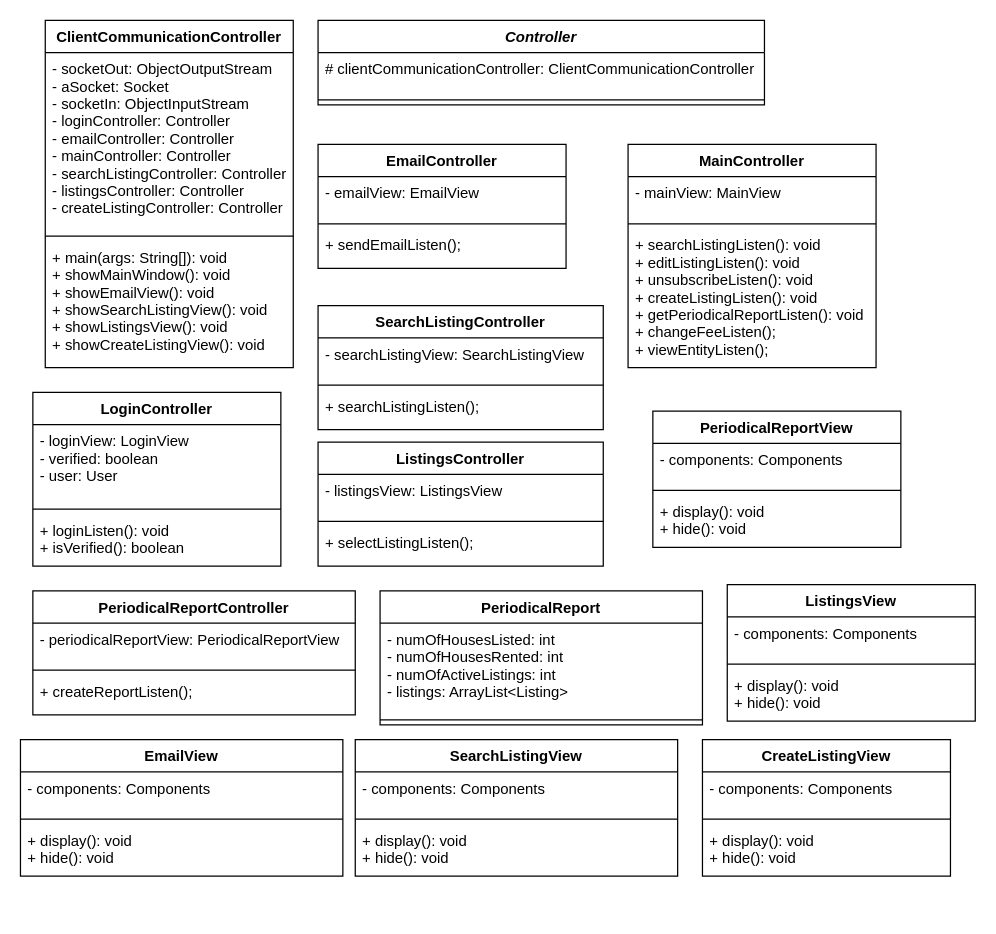
The draw.io diagram page "Client" (2 of 2) of AttributesUMLDiagram.drawio in ryan-holt/ENSF480FinalProject, before the edit. Source tidied: cells renumbered, new cells numbered last; positions are measured from the earlier drawing's top-left corner, leaving out a move shared by most shapes. Both pictures are drawn from the tidied source at 124%, with x=0, y=0 at pixel (20, 20).
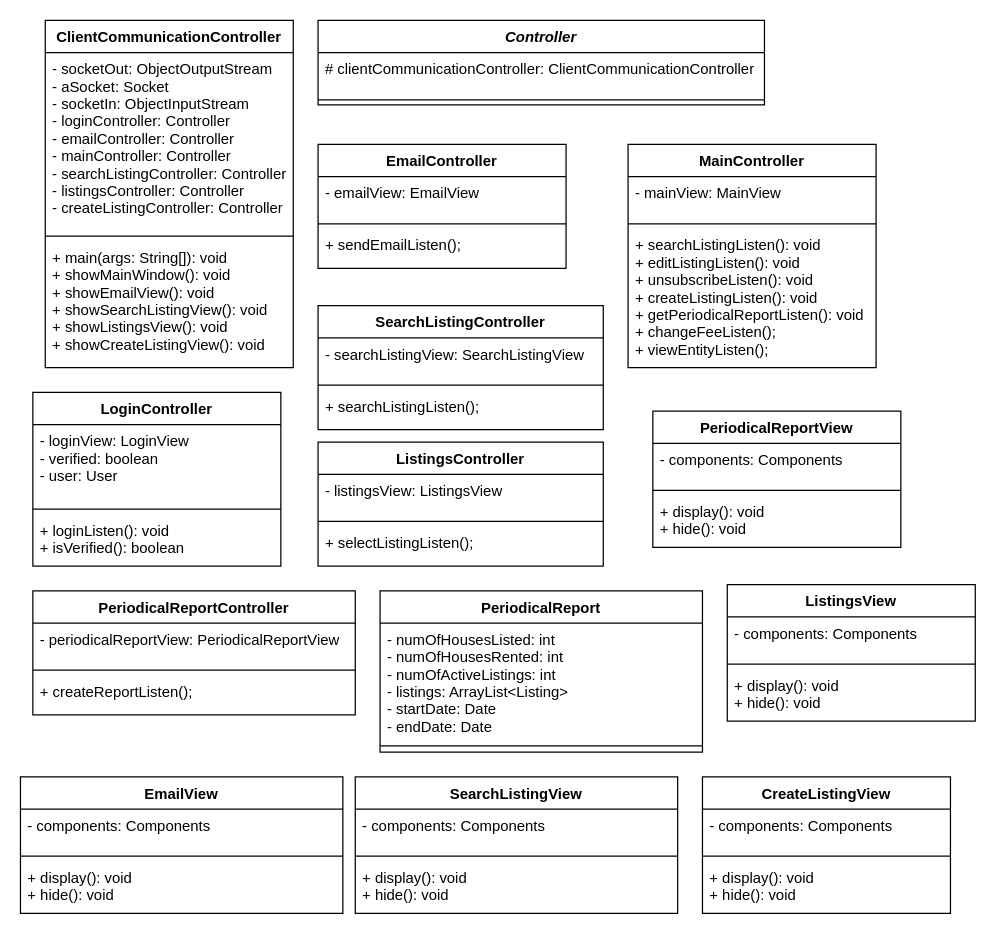
After the change.

What changed in the source:
```diff
@@
     <mxCell id="33" value="PeriodicalReport" style="swimlane;fontStyle=1;align=center;verticalAlign=top;horizontal=1;startSize=26;shadow=0;comic=0;" parent="1" vertex="1">
-      <mxGeometry x="290" y="460" width="260" height="108" as="geometry" />
+      <mxGeometry x="290" y="460" width="260" height="130" as="geometry" />
     </mxCell>
-    <mxCell id="34" value="- numOfHousesListed: int&#10;- numOfHousesRented: int&#10;- numOfActiveListings: int&#10;- listings: ArrayList&lt;Listing&gt;" style="text;strokeColor=none;fillColor=none;align=left;verticalAlign=top;spacingLeft=4;spacingRight=4;overflow=hidden;" parent="33" vertex="1">
-      <mxGeometry y="26" width="260" height="74" as="geometry" />
+    <mxCell id="34" value="- numOfHousesListed: int&#10;- numOfHousesRented: int&#10;- numOfActiveListings: int&#10;- listings: ArrayList&lt;Listing&gt;&#10;- startDate: Date&#10;- endDate: Date" style="text;strokeColor=none;fillColor=none;align=left;verticalAlign=top;spacingLeft=4;spacingRight=4;overflow=hidden;" parent="33" vertex="1">
+      <mxGeometry y="26" width="260" height="94" as="geometry" />
     </mxCell>
     <mxCell id="35" style="line;strokeWidth=1;fillColor=none;align=left;verticalAlign=middle;spacingTop=-1;spacingLeft=3;spacingRight=3;labelPosition=right;" parent="33" vertex="1">
-      <mxGeometry y="100" width="260" height="8" as="geometry" />
+      <mxGeometry y="120" width="260" height="10" as="geometry" />
     </mxCell>
     <mxCell id="36" value="EmailView" style="swimlane;fontStyle=1;align=center;verticalAlign=top;horizontal=1;startSize=26;shadow=0;comic=0;" parent="1" vertex="1">
-      <mxGeometry y="580" width="260" height="110" as="geometry" />
+      <mxGeometry y="610" width="260" height="110" as="geometry" />
     </mxCell>
@@
     <mxCell id="40" value="SearchListingView" style="swimlane;fontStyle=1;align=center;verticalAlign=top;horizontal=1;startSize=26;shadow=0;comic=0;" parent="1" vertex="1">
-      <mxGeometry x="270" y="580" width="260" height="110" as="geometry" />
+      <mxGeometry x="270" y="610" width="260" height="110" as="geometry" />
     </mxCell>
@@
     <mxCell id="44" value="CreateListingView" style="swimlane;fontStyle=1;align=center;verticalAlign=top;horizontal=1;startSize=26;shadow=0;comic=0;" parent="1" vertex="1">
-      <mxGeometry x="550" y="580" width="200" height="110" as="geometry" />
+      <mxGeometry x="550" y="610" width="200" height="110" as="geometry" />
     </mxCell>
```
